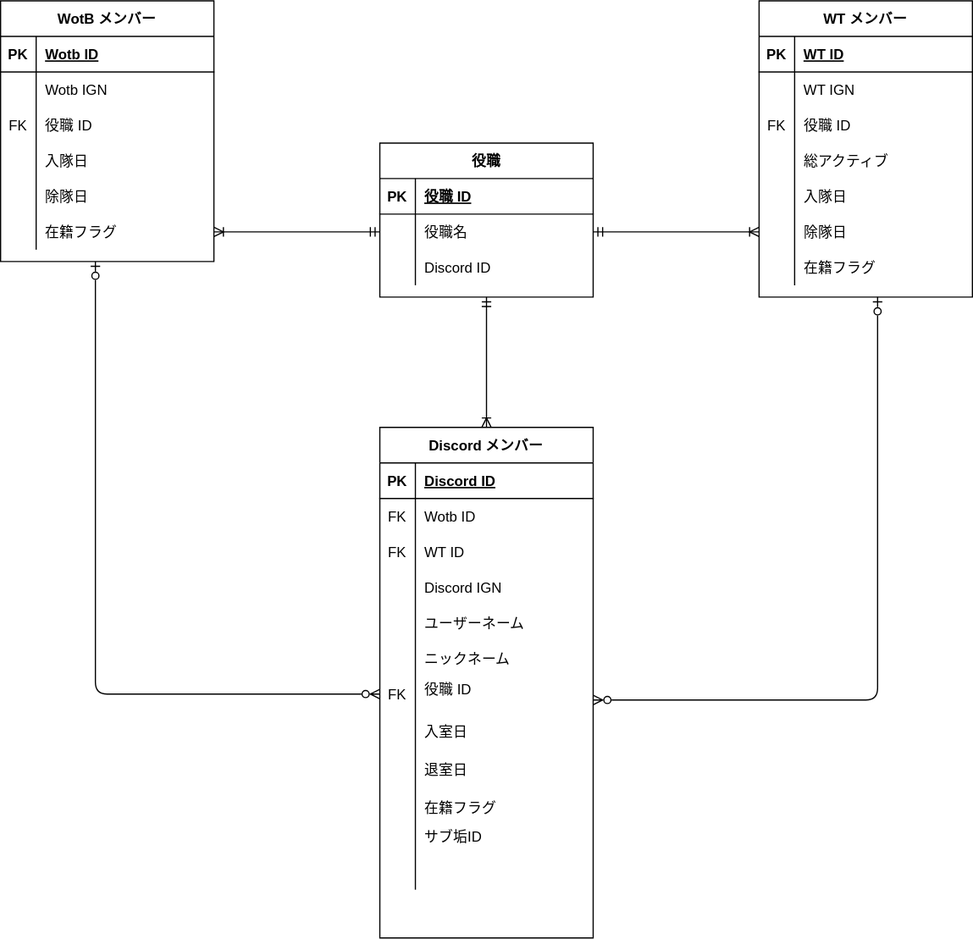
Earlier version of the draw.io export doc/DB-Ronri.drawio.svg (otazero/ClanManagementDiscordBot). Source tidied: cells renumbered, new cells last; positions are measured from the earlier drawing's top-left corner, leaving out a move shared by most shapes.
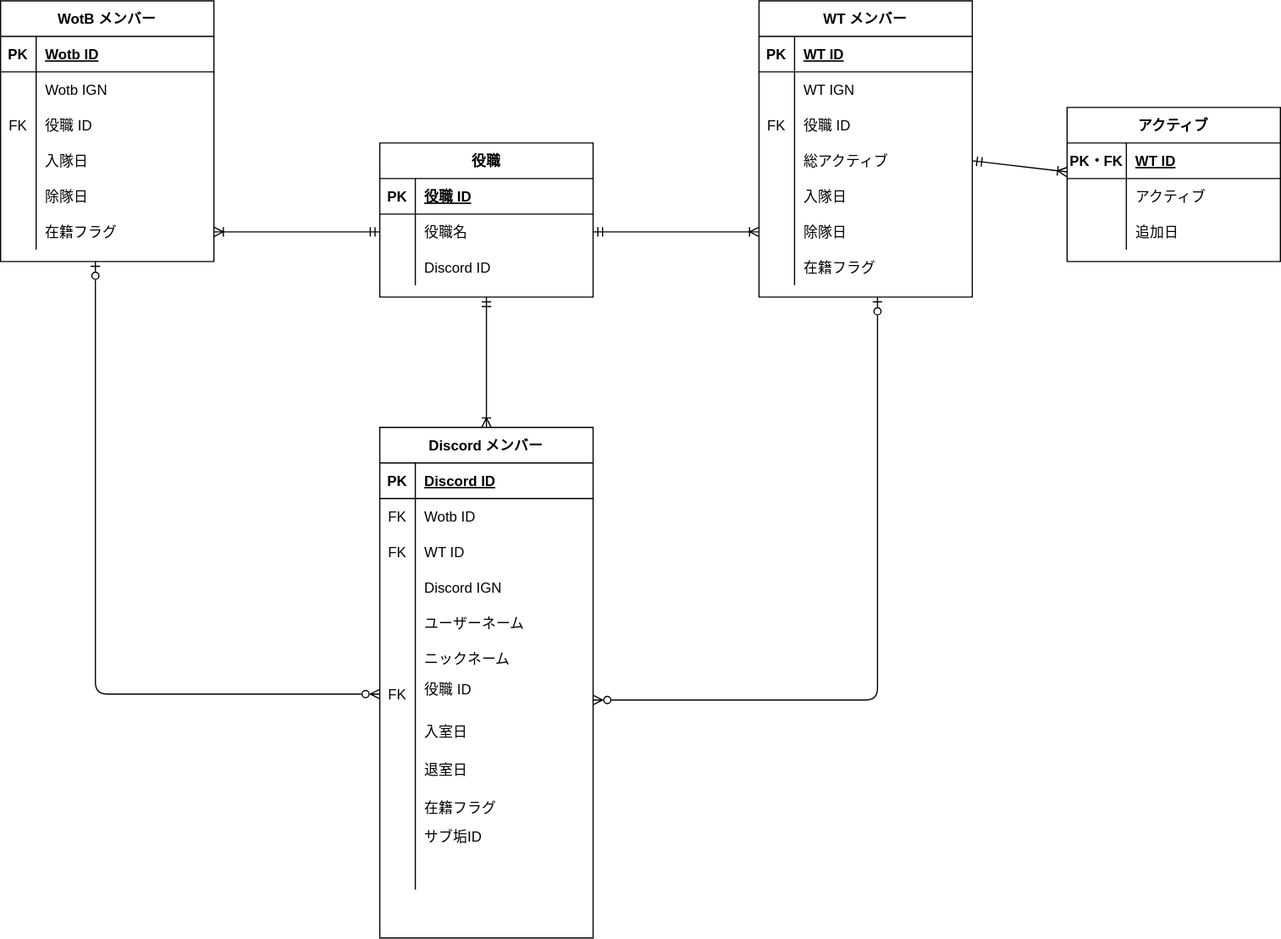
After the change.

What changed in the source:
```diff
@@ -314,5 +314,38 @@
     <mxCell id="102" style="edgeStyle=none;html=1;entryX=0;entryY=0.5;entryDx=0;entryDy=0;endArrow=ERoneToMany;endFill=0;startArrow=ERmandOne;startFill=0;" parent="1" edge="1" source="48" target="37">
       <mxGeometry relative="1" as="geometry" />
     </mxCell>
+    <mxCell id="103" style="edgeStyle=none;html=1;entryX=1;entryY=0.5;entryDx=0;entryDy=0;endArrow=ERmandOne;endFill=0;startArrow=ERoneToMany;startFill=0;" parent="1" edge="1" source="104" target="31">
+      <mxGeometry relative="1" as="geometry" />
+    </mxCell>
+    <mxCell id="104" value="アクティブ" style="shape=table;startSize=30;rowLines=0;fontStyle=1;align=center;" parent="1" vertex="1">
+      <mxGeometry x="900" y="90" width="180" height="130" as="geometry" />
+    </mxCell>
+    <mxCell id="105" style="shape=partialRectangle;fillColor=none;top=0;left=0;bottom=1;right=0;" parent="104" vertex="1">
+      <mxGeometry y="30" width="180" height="30" as="geometry" />
+    </mxCell>
+    <mxCell id="106" value="PK・FK" style="shape=partialRectangle;fillColor=none;top=0;left=0;bottom=0;right=0;fontStyle=1;overflow=hidden;" parent="105" vertex="1">
+      <mxGeometry width="50" height="30" as="geometry" />
+    </mxCell>
+    <mxCell id="107" value="WT ID" style="shape=partialRectangle;fillColor=none;top=0;left=0;bottom=0;right=0;align=left;spacingLeft=6;fontStyle=5;overflow=hidden;" parent="105" vertex="1">
+      <mxGeometry x="50" width="130" height="30" as="geometry" />
+    </mxCell>
+    <mxCell id="108" style="shape=partialRectangle;fillColor=none;top=0;left=0;bottom=0;right=0;" parent="104" vertex="1">
+      <mxGeometry y="60" width="180" height="30" as="geometry" />
+    </mxCell>
+    <mxCell id="109" style="shape=partialRectangle;fillColor=none;top=0;left=0;bottom=0;right=0;overflow=hidden;" parent="108" vertex="1">
+      <mxGeometry width="50" height="30" as="geometry" />
+    </mxCell>
+    <mxCell id="110" value="アクティブ" style="shape=partialRectangle;fillColor=none;top=0;left=0;bottom=0;right=0;align=left;spacingLeft=6;overflow=hidden;" parent="108" vertex="1">
+      <mxGeometry x="50" width="130" height="30" as="geometry" />
+    </mxCell>
+    <mxCell id="111" style="shape=partialRectangle;fillColor=none;top=0;left=0;bottom=0;right=0;" parent="104" vertex="1">
+      <mxGeometry y="90" width="180" height="30" as="geometry" />
+    </mxCell>
+    <mxCell id="112" style="shape=partialRectangle;fillColor=none;top=0;left=0;bottom=0;right=0;overflow=hidden;" parent="111" vertex="1">
+      <mxGeometry width="50" height="30" as="geometry" />
+    </mxCell>
+    <mxCell id="113" value="追加日" style="shape=partialRectangle;fillColor=none;top=0;left=0;bottom=0;right=0;align=left;spacingLeft=6;overflow=hidden;" parent="111" vertex="1">
+      <mxGeometry x="50" width="130" height="30" as="geometry" />
+    </mxCell>
   </root>
 </mxGraphModel>
```
